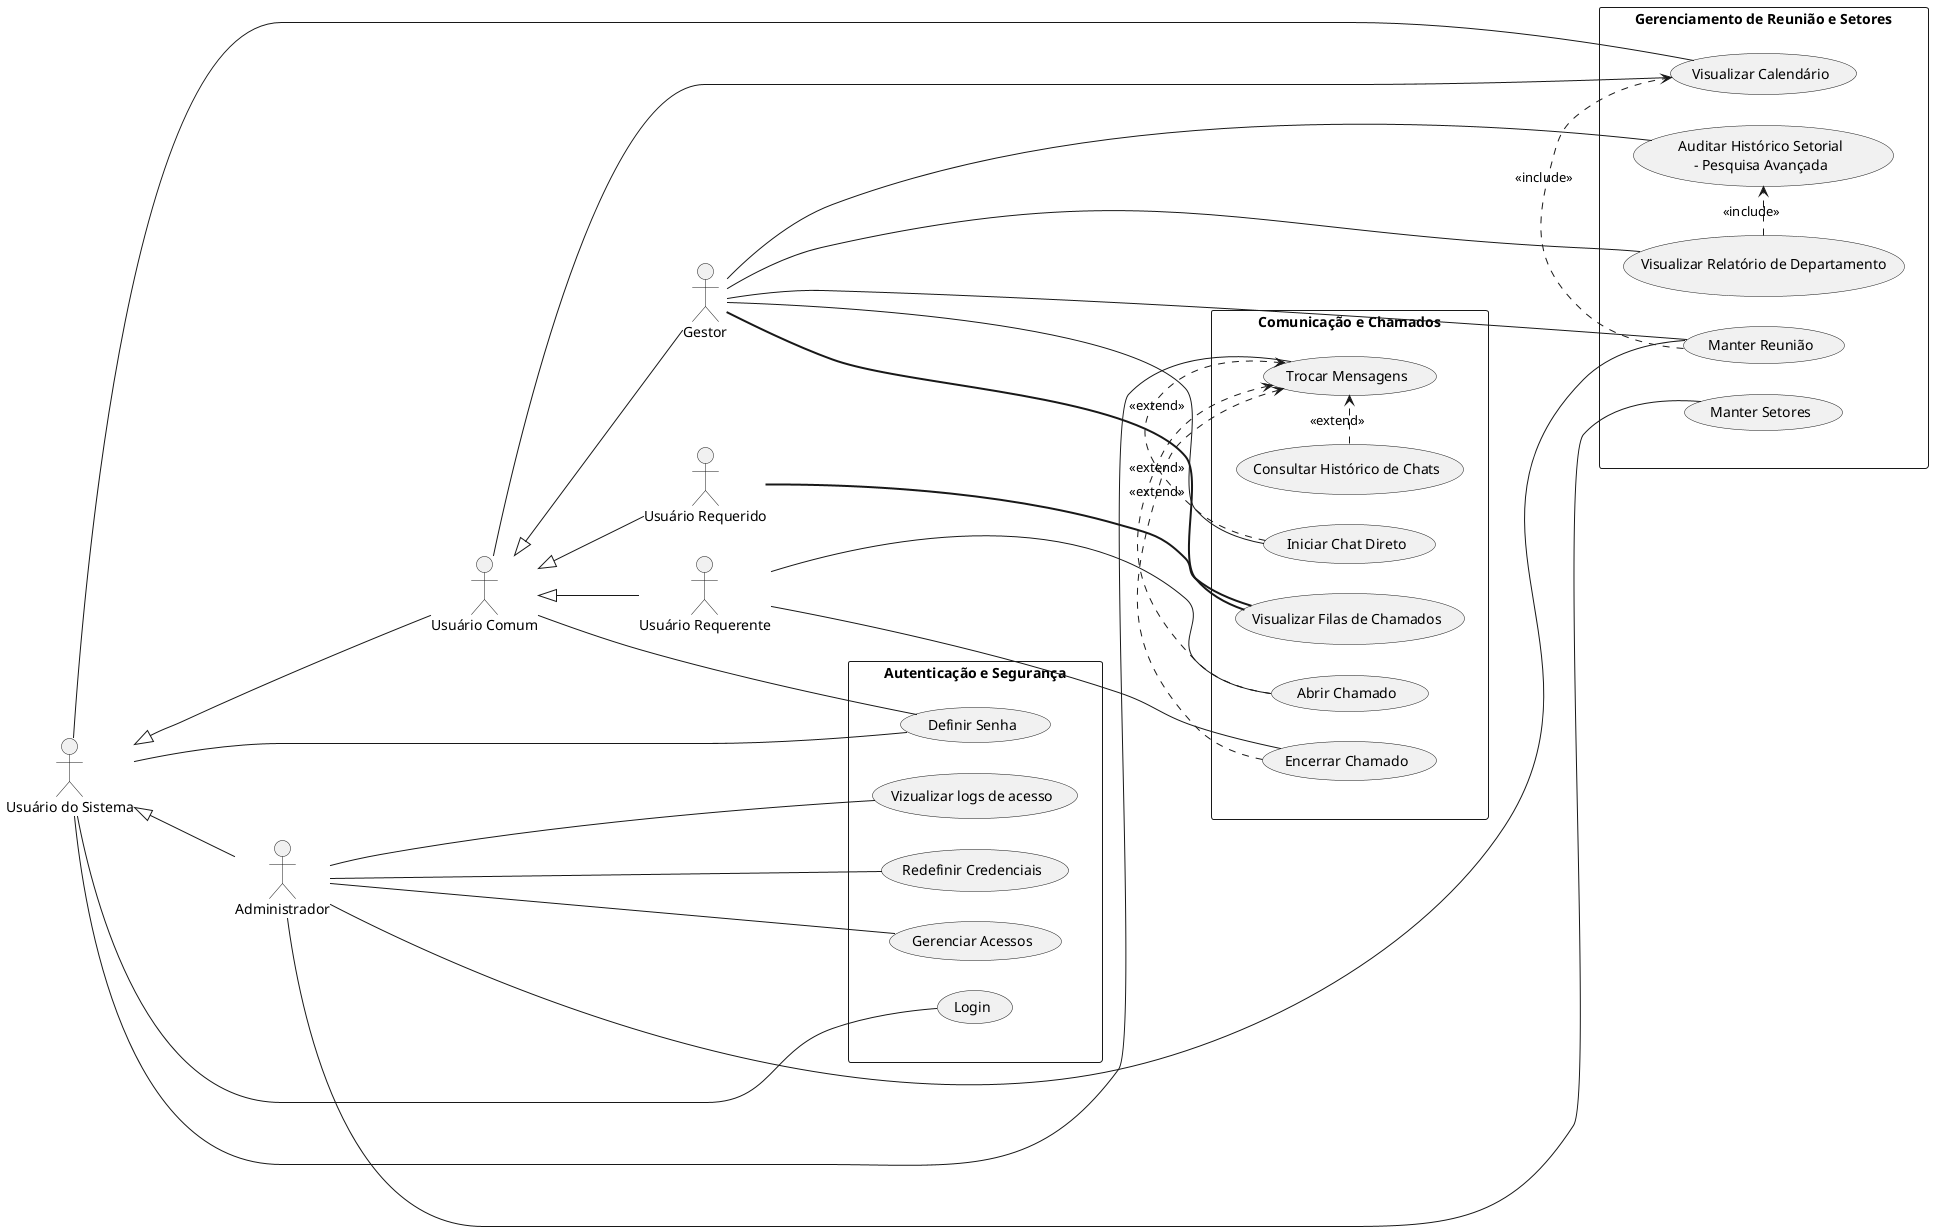
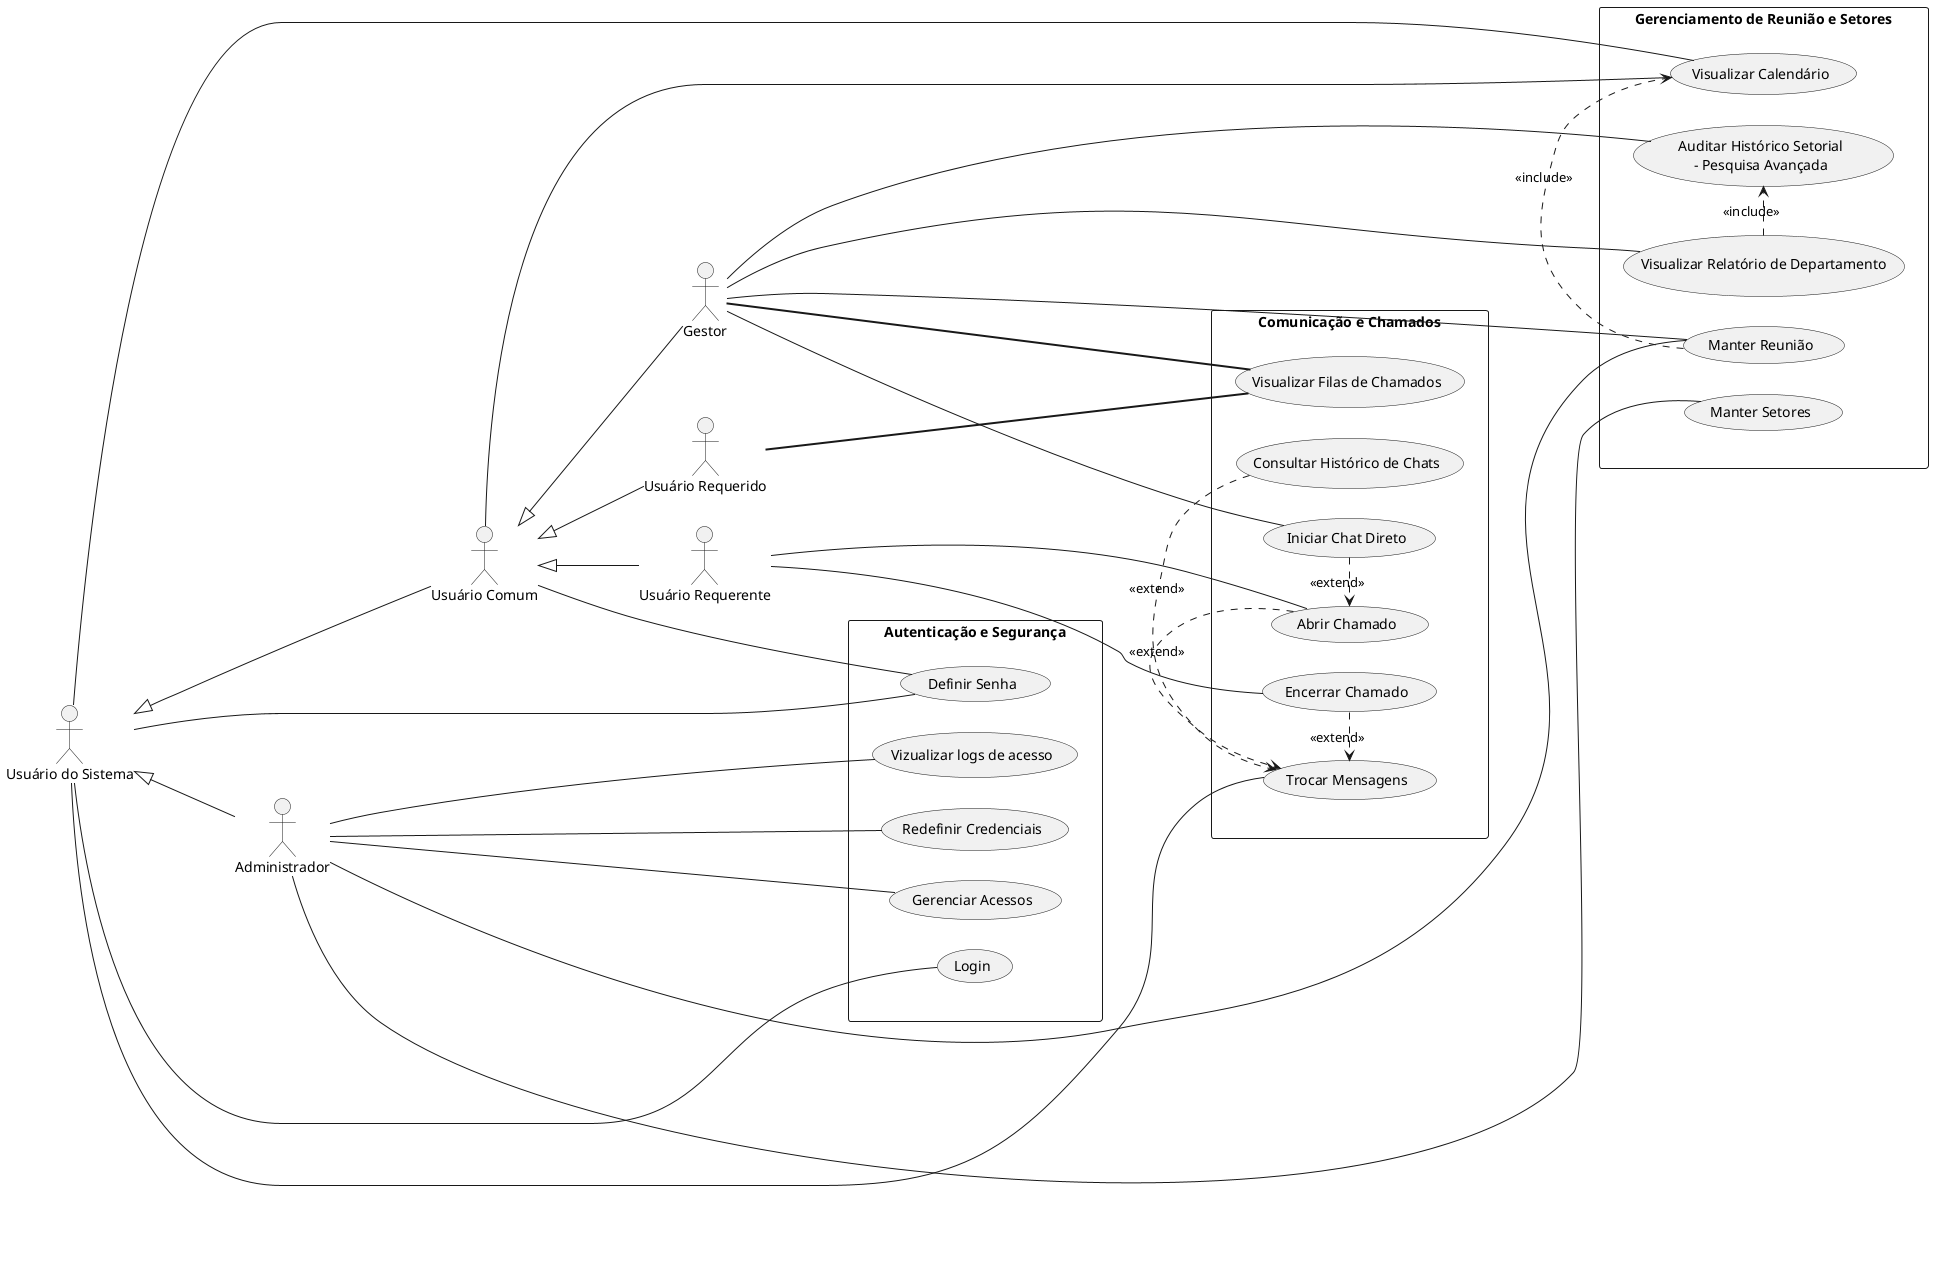
@startuml

' Configurações estéticas para melhorar o layout e o direcionamento das setas
skinparam backgroundcolor #FFFFFF
skinparam packageStyle rect
skinparam ranksep 100
skinparam nodesep 30
left to right direction


' Definição dos Atores e Hierarquia
actor "Usuário do Sistema" as US
actor "Administrador" as Admin
actor "Usuário Comum" as UC
actor "Usuário Requerente" as UReq
actor "Usuário Requerido" as URec
actor "Gestor" as Gestor


US <|-- Admin
Admin -[hidden]down-> UC
US <|-- UC
UC <|-- UReq
UC <|-- URec
UC <|-- Gestor


' Autenticação e Segurança
package "Autenticação e Segurança" as P_Segurança{
    usecase (Login) as UC_Login
    usecase (Definir Senha) as UC_DefinirSenha
    usecase (Redefinir Credenciais) as UC_RedefinirCredenciais
    usecase (Gerenciar Acessos) as UC_GerenciarAcessos
    usecase (Vizualizar logs de acesso) as UC_Auditarlogs
}

package "Comunicação e Chamados" as P_Comunicação {
    usecase (Trocar Mensagens) as UC_TrocarMensagens
    usecase (Consultar Histórico de Chats) as UC_Historico
    usecase (Iniciar Chat Direto) as UC_ChatDireto
    usecase (Abrir Chamado) as UC_AbrirChamado
    usecase (Encerrar Chamado) as UC_EncerrarChamado
    usecase (Visualizar Filas de Chamados) as UC_VisualizarFilas

    ' Agrupando as extensões para apontarem na mesma direção
    UC_Historico .right.> UC_TrocarMensagens : <<extend>>
-     UC_ChatDireto .right.> UC_TrocarMensagens : <<extend>>
    UC_AbrirChamado .right.> UC_TrocarMensagens : <<extend>>
    UC_EncerrarChamado .right.> UC_TrocarMensagens : <<extend>>
+     UC_ChatDireto .right.> UC_AbrirChamado : <<extend>>
}



package "Gerenciamento de Reunião e Setores" as P_Reunião {
    usecase (Manter Reunião) as UC_ManterReuniao
    usecase (Visualizar Calendário) as UC_Calendario
    usecase (Manter Setores) as UC_ManterSetores
    usecase (Visualizar Relatório de Departamento) as UC_Relatorio
    usecase (Auditar Histórico Setorial\n- Pesquisa Avançada) as UC_Historico_Departamento

    UC_ManterReuniao .right.> UC_Calendario : <<include>>
    UC_Relatorio .right.> UC_Historico_Departamento : <<include>>
}

' Força o posicionamento vertical dos pacotes para evitar sobreposição
P_Segurança -[hidden]down-> P_Comunicação
P_Comunicação -[hidden]down-> P_Reunião



' Usuário do Sistema (todos herdam)
US --- UC_Login
US --- UC_DefinirSenha
US --- UC_TrocarMensagens
US --- UC_Calendario


' Usuário Comum
UC --- UC_DefinirSenha
UC --- UC_Calendario

' Usuário Requerente
UReq --- UC_AbrirChamado
UReq --- UC_EncerrarChamado

' Usuário Requerido
URec --= UC_VisualizarFilas

' Gestor
Gestor --- UC_ChatDireto
Gestor --- UC_ManterReuniao
Gestor --- UC_Relatorio
Gestor --- UC_Historico_Departamento
Gestor --= UC_VisualizarFilas


' Administrador
Admin --- UC_GerenciarAcessos
Admin --- UC_RedefinirCredenciais
Admin --- UC_ManterReuniao
Admin --- UC_ManterSetores
Admin --- UC_Auditarlogs
@enduml